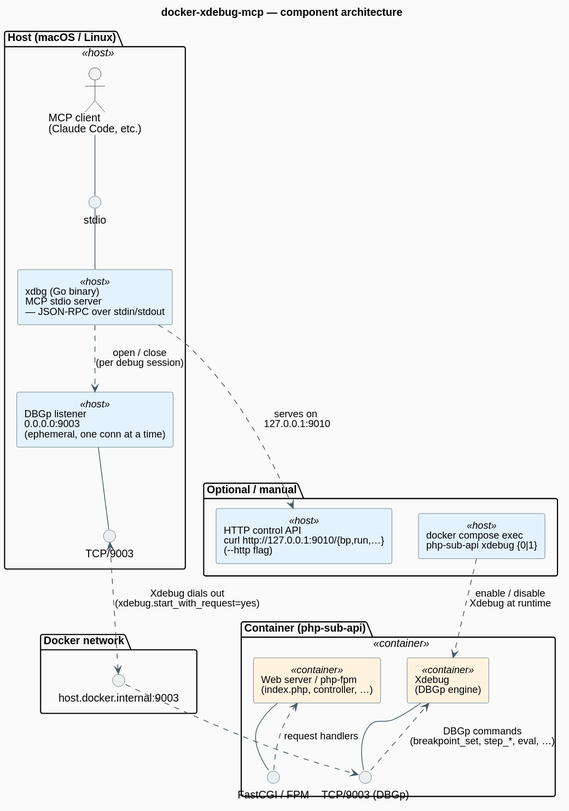
Above: docs/docker-xdebug-mcp-architecture.svg in crazy-goat/docker-xdebug-mcp (PlantUML), before the change. Its diagram source:
```plantuml
@startuml
skinparam backgroundColor #FAFAFA
skinparam componentStyle rectangle
skinparam component {
  BackgroundColor<<host>>       #E3F2FD
  BackgroundColor<<container>>  #FFF3E0
  BackgroundColor<<mcp>>        #F3E5F5
  BorderColor                   #455A64
  FontSize                      13
}
skinparam interface {
  BackgroundColor               #ECEFF1
  BorderColor                   #455A64
}
skinparam ArrowColor #455A64
skinparam defaultFontName "Helvetica"

title docker-xdebug-mcp — component architecture


package "Host (macOS / Linux)" <<host>> {
  actor "MCP client\n(Claude Code, etc.)" as client

  component "xdbg (Go binary)\nMCP stdio server\n— JSON-RPC over stdin/stdout" as xdbg <<host>>

  component "DBGp listener\n0.0.0.0:9003\n(ephemeral, one conn at a time)" as listener <<host>>

  interface "stdio"   as stdio
  interface "TCP/9003" as tcp

  client   -- stdio
  stdio    -- xdbg
  xdbg     ..> listener  : open / close\n(per debug session)
  listener -- tcp
}


package "Docker network" {
  interface "host.docker.internal:9003" as dockerTcp
  tcp <..> dockerTcp : Xdebug dials out\n(xdebug.start_with_request=yes)
}


package "Container (php-sub-api)" <<container>> {
  component "Web server / php-fpm\n(index.php, controller, …)" as php <<container>>

  component "Xdebug\n(DBGp engine)" as xdebug <<container>>

  interface "FastCGI / FPM" as fpm
  interface "TCP/9003 (DBGp)" as xtcp

  php   -- fpm
  xdebug -- xtcp
}


dockerTcp ..> xtcp
fpm       ..> php     : request handlers
xtcp      ..> xdebug  : DBGp commands\n(breakpoint_set, step_*, eval, …)


package "Optional / manual" {
  component "HTTP control API\ncurl http://127.0.0.1:9010/{bp,run,…}\n(--http flag)" as http <<host>>
  component "docker compose exec\nphp-sub-api xdebug {0|1}" as xdbgctl <<host>>
}

xdbg     ..> http    : serves on \n127.0.0.1:9010
xdbgctl  ..> xdebug  : enable / disable\nXdebug at runtime
@enduml
```
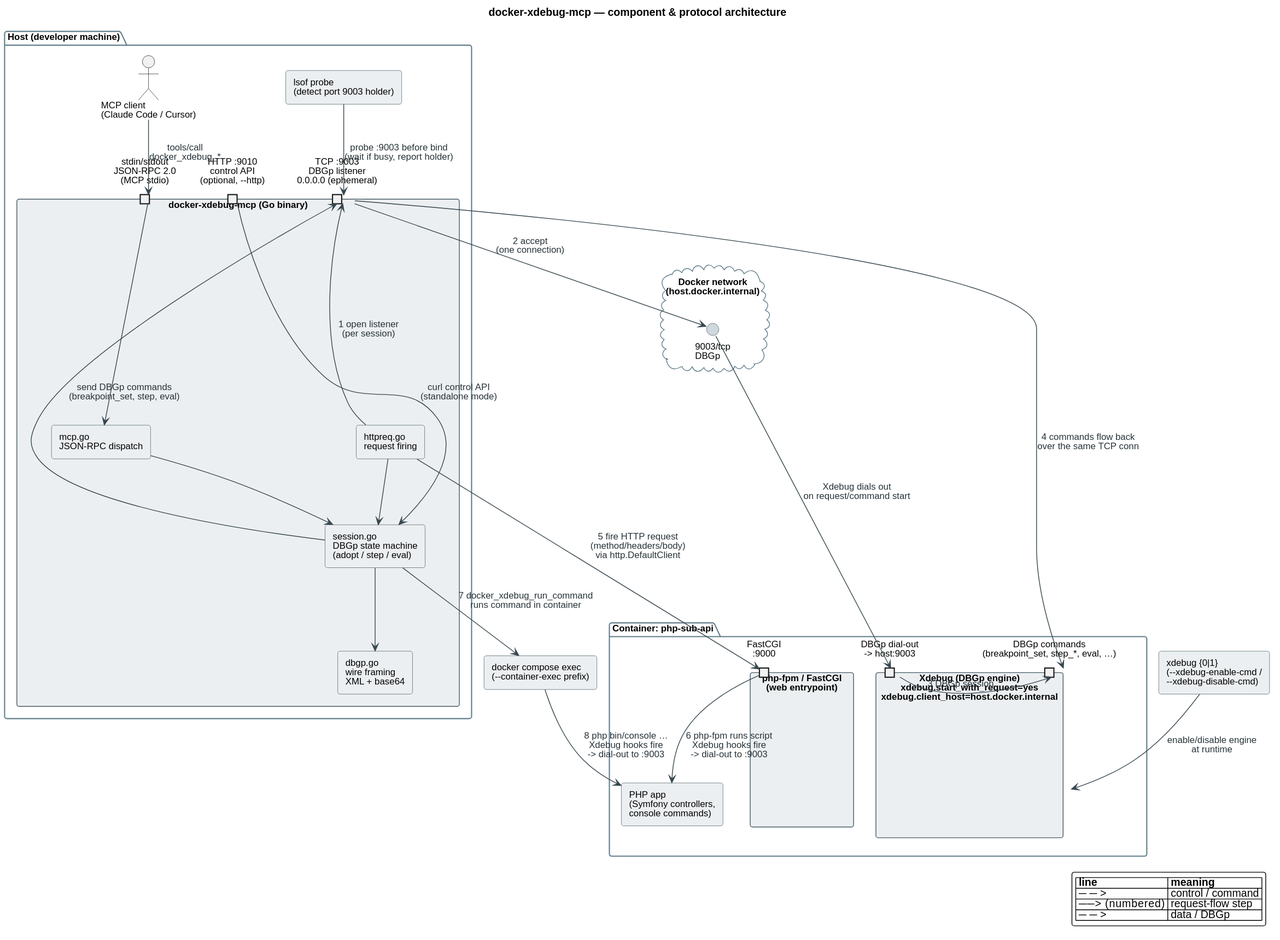
Above is the later version.

Commit message:
README: rewrite for AI-assisted debugging + install/configure guide

- Lead with the use case: let AI agents (Claude Code, opencode, Cursor) debug
  PHP live in Docker over MCP, without leaving the chat.
- Add Install section (from source, build, prerequisites).
- Add Configure section with copy-paste blocks for opencode (opencode.json)
  and Claude Code (.mcp.json), plus a flags reference table.
- Keep the technical reference (tools, flows, standalone) below the fold.

What changed in the source:
```diff
@@ -1,69 +1,97 @@
 @startuml
-skinparam backgroundColor #FAFAFA
-skinparam componentStyle rectangle
-skinparam component {
-  BackgroundColor<<host>>       #E3F2FD
-  BackgroundColor<<container>>  #FFF3E0
-  BackgroundColor<<mcp>>        #F3E5F5
-  BorderColor                   #455A64
-  FontSize                      13
+
+skinparam backgroundColor #FFFFFF
+skinparam shadowing false
+skinparam defaultFontName "Helvetica"
+skinparam defaultFontSize 12
+skinparam roundCorner 6
+skinparam ArrowColor #37474F
+skinparam ArrowFontColor #263238
+skinparam package {
+  BorderColor #607D8B
+  FontStyle bold
+}
+skinparam rectangle {
+  BackgroundColor #ECEFF1
+  BorderColor #455A64
+}
+skinparam database {
+  BackgroundColor #ECEFF1
+  BorderColor #455A64
 }
 skinparam interface {
-  BackgroundColor               #ECEFF1
-  BorderColor                   #455A64
+  BackgroundColor #CFD8DC
+  BorderColor #455A64
 }
-skinparam ArrowColor #455A64
-skinparam defaultFontName "Helvetica"
-
-title docker-xdebug-mcp — component architecture
-
-
-package "Host (macOS / Linux)" <<host>> {
-  actor "MCP client\n(Claude Code, etc.)" as client
-
-  component "xdbg (Go binary)\nMCP stdio server\n— JSON-RPC over stdin/stdout" as xdbg <<host>>
-
-  component "DBGp listener\n0.0.0.0:9003\n(ephemeral, one conn at a time)" as listener <<host>>
-
-  interface "stdio"   as stdio
-  interface "TCP/9003" as tcp
-
-  client   -- stdio
-  stdio    -- xdbg
-  xdbg     ..> listener  : open / close\n(per debug session)
-  listener -- tcp
+skinparam port {
+  BackgroundColor #CFD8DC
+  BorderColor #455A64
 }
 
+title docker-xdebug-mcp — component & protocol architecture
 
-package "Docker network" {
-  interface "host.docker.internal:9003" as dockerTcp
-  tcp <..> dockerTcp : Xdebug dials out\n(xdebug.start_with_request=yes)
+package "Host (developer machine)"  {
+  actor "MCP client\n(Claude Code / Cursor)" as client
+
+  rectangle "docker-xdebug-mcp (Go binary)" as xdbg {
+    port "stdin/stdout\nJSON-RPC 2.0\n(MCP stdio)" as io_stdio
+    port "TCP :9003\nDBGp listener\n0.0.0.0 (ephemeral)" as io_listen
+    port "HTTP :9010\ncontrol API\n(optional, --http)" as io_http
+    rectangle "mcp.go\nJSON-RPC dispatch" as m_mcp
+    rectangle "session.go\nDBGp state machine\n(adopt / step / eval)" as m_sess
+    rectangle "httpreq.go\nrequest firing" as m_req
+    rectangle "dbgp.go\nwire framing\nXML + base64" as m_dbgp
+    m_mcp --> m_sess
+    m_req --> m_sess
+    m_sess --> m_dbgp
+  }
+
+  rectangle "lsof probe\n(detect port 9003 holder)" as lsof
 }
 
-
-package "Container (php-sub-api)" <<container>> {
-  component "Web server / php-fpm\n(index.php, controller, …)" as php <<container>>
-
-  component "Xdebug\n(DBGp engine)" as xdebug <<container>>
-
-  interface "FastCGI / FPM" as fpm
-  interface "TCP/9003 (DBGp)" as xtcp
-
-  php   -- fpm
-  xdebug -- xtcp
+cloud "Docker network\n(host.docker.internal)" as net {
+  interface "9003/tcp\nDBGp" as p9003
 }
 
-
-dockerTcp ..> xtcp
-fpm       ..> php     : request handlers
-xtcp      ..> xdebug  : DBGp commands\n(breakpoint_set, step_*, eval, …)
-
-
-package "Optional / manual" {
-  component "HTTP control API\ncurl http://127.0.0.1:9010/{bp,run,…}\n(--http flag)" as http <<host>>
-  component "docker compose exec\nphp-sub-api xdebug {0|1}" as xdbgctl <<host>>
+package "Container: php-sub-api"  {
+  rectangle "php-fpm / FastCGI\n(web entrypoint)" as phpfpm {
+    port "FastCGI\n:9000" as p_fpm
+  }
+  rectangle "Xdebug (DBGp engine)\nxdebug.start_with_request=yes\nxdebug.client_host=host.docker.internal" as xdebug {
+    port "DBGp dial-out\n-> host:9003" as p_dial
+    port "DBGp commands\n(breakpoint_set, step_*, eval, …)" as p_cmd
+  }
+  rectangle "PHP app\n(Symfony controllers,\nconsole commands)" as app
 }
 
-xdbg     ..> http    : serves on \n127.0.0.1:9010
-xdbgctl  ..> xdebug  : enable / disable\nXdebug at runtime
+client --> io_stdio : "tools/call\ndocker_xdebug_*"
+io_stdio --> m_mcp
+
+m_req --> io_listen : "1 open listener\n(per session)"
+io_listen --> p9003 : "2 accept\n(one connection)"
+p9003 --> p_dial : "Xdebug dials out\non request/command start"
+p_dial --> p_cmd : "3 DBGp session"
+
+m_sess --> io_listen : "send DBGp commands\n(breakpoint_set, step, eval)"
+io_listen --> p_cmd : "4 commands flow back\nover the same TCP conn"
+
+m_req --> p_fpm : "5 fire HTTP request\n(method/headers/body)\nvia http.DefaultClient"
+p_fpm --> app : "6 php-fpm runs script\nXdebug hooks fire\n-> dial-out to :9003"
+
+rectangle "docker compose exec\n(--container-exec prefix)" as exec
+m_sess --> exec : "7 docker_xdebug_run_command\nruns command in container"
+exec --> app : "8 php bin/console …\nXdebug hooks fire\n-> dial-out to :9003"
+
+io_http --> m_sess : "curl control API\n(standalone mode)"
+lsof --> io_listen : "probe :9003 before bind\n(wait if busy, report holder)"
+
+rectangle "xdebug {0|1}\n(--xdebug-enable-cmd /\n--xdebug-disable-cmd)" as xonoff
+xonoff --> xdebug : "enable/disable engine\nat runtime"
+
+legend right
+  |= line |= meaning |
+  | ──> | control / command |
+  | ──> (numbered) | request-flow step |
+  | ──> | data / DBGp |
+endlegend
 @enduml
```
